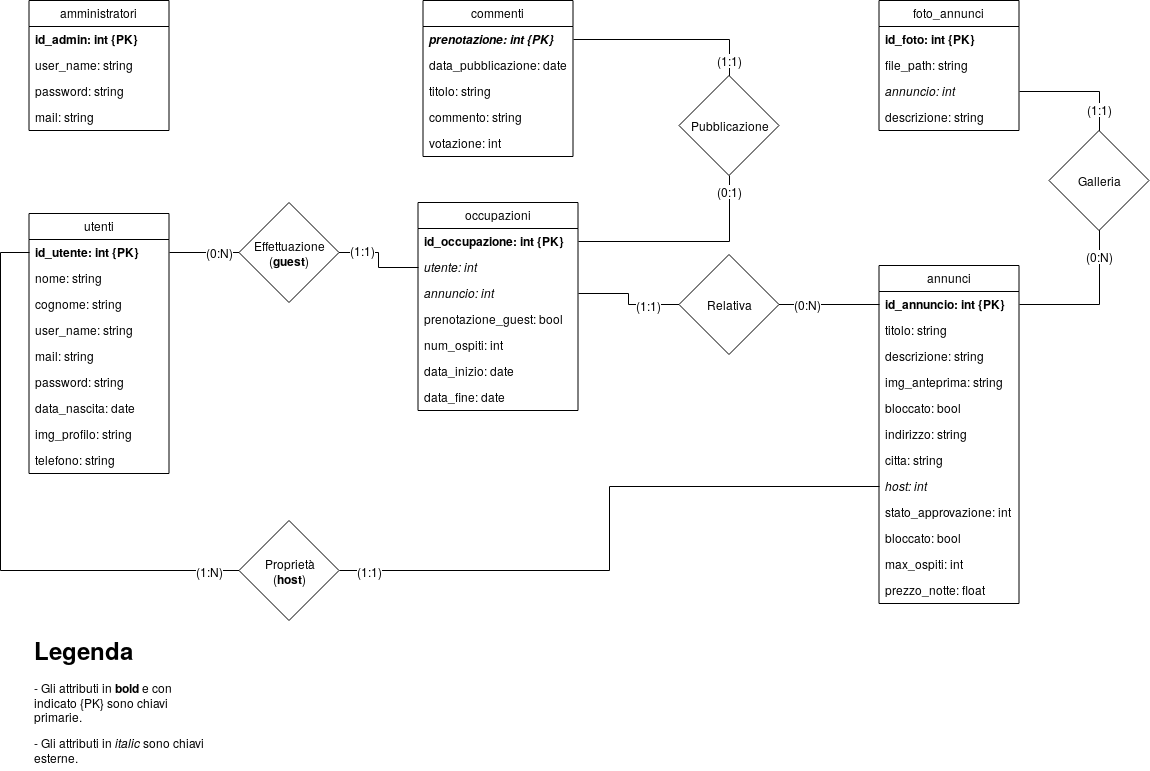
The draw.io diagram Database/schema_relazionale.png in GiulioUmbrella/FRENT, before a commit. Source tidied: cells renumbered, new cells last; positions are measured from the earlier drawing's top-left corner, leaving out a move shared by most shapes.
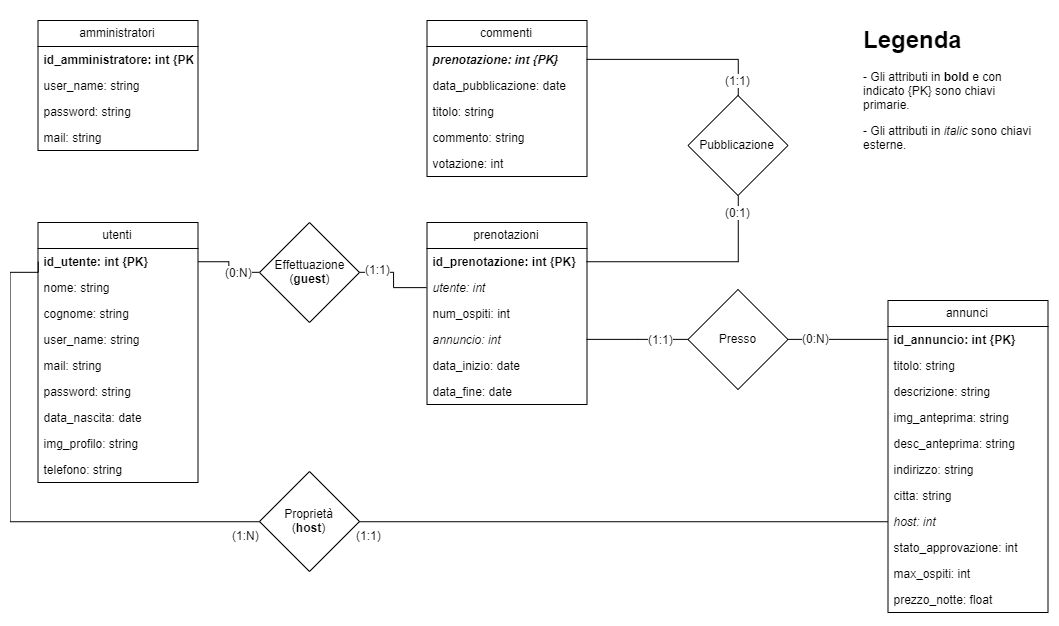
Later version of the same file.

Commit message:
Aggiornato schema ER e schema logico

What changed in the source:
```diff
@@ -3,107 +3,89 @@
     <mxCell id="0" />
     <mxCell id="1" parent="0" />
     <mxCell id="2" value="annunci" style="swimlane;fontStyle=0;horizontal=1;startSize=26;fillColor=none;" parent="1" vertex="1">
-      <mxGeometry x="878.5" y="265" width="140" height="338" as="geometry" />
+      <mxGeometry x="878.5" y="280" width="160" height="312" as="geometry" />
     </mxCell>
     <mxCell id="3" value="id_annuncio: int {PK}" style="text;strokeColor=none;fillColor=none;align=left;verticalAlign=top;spacingLeft=4;spacingRight=4;overflow=hidden;points=[[0,0.5],[1,0.5]];portConstraint=eastwest;fontStyle=1;" parent="2" vertex="1">
-      <mxGeometry y="26" width="140" height="26" as="geometry" />
+      <mxGeometry y="26" width="160" height="26" as="geometry" />
     </mxCell>
     <mxCell id="4" value="titolo: string" style="text;strokeColor=none;fillColor=none;align=left;verticalAlign=top;spacingLeft=4;spacingRight=4;overflow=hidden;" parent="2" vertex="1">
-      <mxGeometry y="52" width="140" height="26" as="geometry" />
+      <mxGeometry y="52" width="160" height="26" as="geometry" />
     </mxCell>
     <mxCell id="5" value="descrizione: string" style="text;strokeColor=none;fillColor=none;align=left;verticalAlign=top;spacingLeft=4;spacingRight=4;overflow=hidden;" parent="2" vertex="1">
-      <mxGeometry y="78" width="140" height="26" as="geometry" />
+      <mxGeometry y="78" width="160" height="26" as="geometry" />
     </mxCell>
     <mxCell id="6" value="img_anteprima: string" style="text;strokeColor=none;fillColor=none;align=left;verticalAlign=top;spacingLeft=4;spacingRight=4;overflow=hidden;" parent="2" vertex="1">
-      <mxGeometry y="104" width="140" height="26" as="geometry" />
+      <mxGeometry y="104" width="160" height="26" as="geometry" />
     </mxCell>
-    <mxCell id="7" value="bloccato: bool" style="text;strokeColor=none;fillColor=none;align=left;verticalAlign=top;spacingLeft=4;spacingRight=4;overflow=hidden;" parent="2" vertex="1">
-      <mxGeometry y="130" width="140" height="26" as="geometry" />
+    <mxCell id="7" value="desc_anteprima: string" style="text;strokeColor=none;fillColor=none;align=left;verticalAlign=top;spacingLeft=4;spacingRight=4;overflow=hidden;" parent="2" vertex="1">
+      <mxGeometry y="130" width="160" height="26" as="geometry" />
     </mxCell>
     <mxCell id="8" value="indirizzo: string" style="text;strokeColor=none;fillColor=none;align=left;verticalAlign=top;spacingLeft=4;spacingRight=4;overflow=hidden;" parent="2" vertex="1">
-      <mxGeometry y="156" width="140" height="26" as="geometry" />
+      <mxGeometry y="156" width="160" height="26" as="geometry" />
     </mxCell>
     <mxCell id="9" value="citta: string" style="text;strokeColor=none;fillColor=none;align=left;verticalAlign=top;spacingLeft=4;spacingRight=4;overflow=hidden;" parent="2" vertex="1">
-      <mxGeometry y="182" width="140" height="26" as="geometry" />
+      <mxGeometry y="182" width="160" height="26" as="geometry" />
     </mxCell>
     <mxCell id="10" value="host: int" style="text;strokeColor=none;fillColor=none;align=left;verticalAlign=top;spacingLeft=4;spacingRight=4;overflow=hidden;points=[[0,0.5],[1,0.5]];portConstraint=eastwest;fontStyle=2;" parent="2" vertex="1">
-      <mxGeometry y="208" width="140" height="26" as="geometry" />
+      <mxGeometry y="208" width="160" height="26" as="geometry" />
     </mxCell>
     <mxCell id="11" value="stato_approvazione: int" style="text;strokeColor=none;fillColor=none;align=left;verticalAlign=top;spacingLeft=4;spacingRight=4;overflow=hidden;" parent="2" vertex="1">
-      <mxGeometry y="234" width="140" height="26" as="geometry" />
+      <mxGeometry y="234" width="160" height="26" as="geometry" />
     </mxCell>
-    <mxCell id="12" value="bloccato: bool" style="text;strokeColor=none;fillColor=none;align=left;verticalAlign=top;spacingLeft=4;spacingRight=4;overflow=hidden;" parent="2" vertex="1">
-      <mxGeometry y="260" width="140" height="26" as="geometry" />
-    </mxCell>
     <mxCell id="13" value="max_ospiti: int" style="text;strokeColor=none;fillColor=none;align=left;verticalAlign=top;spacingLeft=4;spacingRight=4;overflow=hidden;" parent="2" vertex="1">
-      <mxGeometry y="286" width="140" height="26" as="geometry" />
+      <mxGeometry y="260" width="160" height="26" as="geometry" />
     </mxCell>
     <mxCell id="14" value="prezzo_notte: float" style="text;strokeColor=none;fillColor=none;align=left;verticalAlign=top;spacingLeft=4;spacingRight=4;overflow=hidden;" parent="2" vertex="1">
-      <mxGeometry y="312" width="140" height="26" as="geometry" />
+      <mxGeometry y="286" width="160" height="26" as="geometry" />
     </mxCell>
     <mxCell id="15" value="commenti" style="swimlane;fontStyle=0;horizontal=1;startSize=26;fillColor=none;" parent="1" vertex="1">
-      <mxGeometry x="422.5" width="150" height="156" as="geometry" />
+      <mxGeometry x="417.5" width="160" height="156" as="geometry" />
     </mxCell>
     <mxCell id="16" value="prenotazione: int {PK}" style="text;strokeColor=none;fillColor=none;align=left;verticalAlign=top;spacingLeft=4;spacingRight=4;overflow=hidden;points=[[0,0.5],[1,0.5]];portConstraint=eastwest;fontStyle=3;" parent="15" vertex="1">
-      <mxGeometry y="26" width="150" height="26" as="geometry" />
+      <mxGeometry y="26" width="160" height="26" as="geometry" />
     </mxCell>
     <mxCell id="17" value="data_pubblicazione: date" style="text;strokeColor=none;fillColor=none;align=left;verticalAlign=top;spacingLeft=4;spacingRight=4;overflow=hidden;" parent="15" vertex="1">
-      <mxGeometry y="52" width="150" height="26" as="geometry" />
+      <mxGeometry y="52" width="160" height="26" as="geometry" />
     </mxCell>
     <mxCell id="18" value="titolo: string" style="text;strokeColor=none;fillColor=none;align=left;verticalAlign=top;spacingLeft=4;spacingRight=4;overflow=hidden;" parent="15" vertex="1">
-      <mxGeometry y="78" width="150" height="26" as="geometry" />
+      <mxGeometry y="78" width="160" height="26" as="geometry" />
     </mxCell>
     <mxCell id="19" value="commento: string" style="text;strokeColor=none;fillColor=none;align=left;verticalAlign=top;spacingLeft=4;spacingRight=4;overflow=hidden;" parent="15" vertex="1">
-      <mxGeometry y="104" width="150" height="26" as="geometry" />
+      <mxGeometry y="104" width="160" height="26" as="geometry" />
     </mxCell>
     <mxCell id="20" value="votazione: int" style="text;strokeColor=none;fillColor=none;align=left;verticalAlign=top;spacingLeft=4;spacingRight=4;overflow=hidden;" parent="15" vertex="1">
-      <mxGeometry y="130" width="150" height="26" as="geometry" />
+      <mxGeometry y="130" width="160" height="26" as="geometry" />
     </mxCell>
     <mxCell id="21" value="utenti" style="swimlane;fontStyle=0;horizontal=1;startSize=26;fillColor=none;" parent="1" vertex="1">
-      <mxGeometry x="28.5" y="213" width="140" height="260" as="geometry" />
+      <mxGeometry x="28.5" y="202" width="160" height="260" as="geometry" />
     </mxCell>
     <mxCell id="22" value="id_utente: int {PK}" style="text;strokeColor=none;fillColor=none;align=left;verticalAlign=top;spacingLeft=4;spacingRight=4;overflow=hidden;points=[[0,0.5],[1,0.5]];portConstraint=eastwest;rounded=0;fontStyle=1;" parent="21" vertex="1">
-      <mxGeometry y="26" width="140" height="26" as="geometry" />
+      <mxGeometry y="26" width="160" height="26" as="geometry" />
     </mxCell>
     <mxCell id="23" value="nome: string" style="text;strokeColor=none;fillColor=none;align=left;verticalAlign=top;spacingLeft=4;spacingRight=4;overflow=hidden;" parent="21" vertex="1">
-      <mxGeometry y="52" width="140" height="26" as="geometry" />
+      <mxGeometry y="52" width="160" height="26" as="geometry" />
     </mxCell>
     <mxCell id="24" value="cognome: string" style="text;strokeColor=none;fillColor=none;align=left;verticalAlign=top;spacingLeft=4;spacingRight=4;overflow=hidden;" parent="21" vertex="1">
-      <mxGeometry y="78" width="140" height="26" as="geometry" />
+      <mxGeometry y="78" width="160" height="26" as="geometry" />
     </mxCell>
     <mxCell id="25" value="user_name: string" style="text;strokeColor=none;fillColor=none;align=left;verticalAlign=top;spacingLeft=4;spacingRight=4;overflow=hidden;" parent="21" vertex="1">
-      <mxGeometry y="104" width="140" height="26" as="geometry" />
+      <mxGeometry y="104" width="160" height="26" as="geometry" />
     </mxCell>
     <mxCell id="26" value="mail: string" style="text;strokeColor=none;fillColor=none;align=left;verticalAlign=top;spacingLeft=4;spacingRight=4;overflow=hidden;" parent="21" vertex="1">
-      <mxGeometry y="130" width="140" height="26" as="geometry" />
+      <mxGeometry y="130" width="160" height="26" as="geometry" />
     </mxCell>
     <mxCell id="27" value="password: string" style="text;strokeColor=none;fillColor=none;align=left;verticalAlign=top;spacingLeft=4;spacingRight=4;overflow=hidden;" parent="21" vertex="1">
-      <mxGeometry y="156" width="140" height="26" as="geometry" />
+      <mxGeometry y="156" width="160" height="26" as="geometry" />
     </mxCell>
     <mxCell id="28" value="data_nascita: date" style="text;strokeColor=none;fillColor=none;align=left;verticalAlign=top;spacingLeft=4;spacingRight=4;overflow=hidden;" parent="21" vertex="1">
-      <mxGeometry y="182" width="140" height="26" as="geometry" />
+      <mxGeometry y="182" width="160" height="26" as="geometry" />
     </mxCell>
     <mxCell id="29" value="img_profilo: string" style="text;strokeColor=none;fillColor=none;align=left;verticalAlign=top;spacingLeft=4;spacingRight=4;overflow=hidden;" parent="21" vertex="1">
-      <mxGeometry y="208" width="140" height="26" as="geometry" />
+      <mxGeometry y="208" width="160" height="26" as="geometry" />
     </mxCell>
     <mxCell id="30" value="telefono: string" style="text;strokeColor=none;fillColor=none;align=left;verticalAlign=top;spacingLeft=4;spacingRight=4;overflow=hidden;" parent="21" vertex="1">
-      <mxGeometry y="234" width="140" height="26" as="geometry" />
+      <mxGeometry y="234" width="160" height="26" as="geometry" />
     </mxCell>
-    <mxCell id="31" value="foto_annunci" style="swimlane;fontStyle=0;horizontal=1;startSize=26;fillColor=none;" parent="1" vertex="1">
-      <mxGeometry x="878.5" width="140" height="130" as="geometry" />
-    </mxCell>
-    <mxCell id="32" value="id_foto: int {PK}" style="text;strokeColor=none;fillColor=none;align=left;verticalAlign=top;spacingLeft=4;spacingRight=4;overflow=hidden;fontStyle=1;" parent="31" vertex="1">
-      <mxGeometry y="26" width="140" height="26" as="geometry" />
-    </mxCell>
-    <mxCell id="33" value="file_path: string" style="text;strokeColor=none;fillColor=none;align=left;verticalAlign=top;spacingLeft=4;spacingRight=4;overflow=hidden;" parent="31" vertex="1">
-      <mxGeometry y="52" width="140" height="26" as="geometry" />
-    </mxCell>
-    <mxCell id="34" value="annuncio: int" style="text;strokeColor=none;fillColor=none;align=left;verticalAlign=top;spacingLeft=4;spacingRight=4;overflow=hidden;points=[[0,0.5],[1,0.5]];portConstraint=eastwest;fontStyle=2;" parent="31" vertex="1">
-      <mxGeometry y="78" width="140" height="26" as="geometry" />
-    </mxCell>
-    <mxCell id="35" value="descrizione: string" style="text;strokeColor=none;fillColor=none;align=left;verticalAlign=top;spacingLeft=4;spacingRight=4;overflow=hidden;" parent="31" vertex="1">
-      <mxGeometry y="104" width="140" height="26" as="geometry" />
-    </mxCell>
     <mxCell id="36" style="edgeStyle=orthogonalEdgeStyle;rounded=0;jettySize=auto;html=1;entryX=1;entryY=0.5;entryDx=0;entryDy=0;exitX=0;exitY=0.5;exitDx=0;exitDy=0;endArrow=none;endFill=0;" parent="1" edge="1" source="61" target="22">
       <mxGeometry relative="1" as="geometry" />
     </mxCell>
@@ -112,68 +94,65 @@
         <mxPoint x="-10.5" y="-1.5" as="offset" />
       </mxGeometry>
     </mxCell>
-    <mxCell id="38" value="occupazioni" style="swimlane;fontStyle=0;horizontal=1;startSize=26;fillColor=none;" parent="1" vertex="1">
-      <mxGeometry x="417.5" y="202" width="160" height="208" as="geometry" />
+    <mxCell id="38" value="prenotazioni" style="swimlane;fontStyle=0;horizontal=1;startSize=26;fillColor=none;" parent="1" vertex="1">
+      <mxGeometry x="417.5" y="202" width="160" height="182" as="geometry" />
     </mxCell>
-    <mxCell id="39" value="id_occupazione: int {PK}" style="text;strokeColor=none;fillColor=none;align=left;verticalAlign=top;spacingLeft=4;spacingRight=4;overflow=hidden;points=[[0,0.5],[1,0.5]];portConstraint=eastwest;fontStyle=1;" parent="38" vertex="1">
+    <mxCell id="39" value="id_prenotazione: int {PK}" style="text;strokeColor=none;fillColor=none;align=left;verticalAlign=top;spacingLeft=4;spacingRight=4;overflow=hidden;points=[[0,0.5],[1,0.5]];portConstraint=eastwest;fontStyle=1;" parent="38" vertex="1">
       <mxGeometry y="26" width="160" height="26" as="geometry" />
     </mxCell>
     <mxCell id="40" value="utente: int" style="text;strokeColor=none;fillColor=none;align=left;verticalAlign=top;spacingLeft=4;spacingRight=4;overflow=hidden;points=[[0,0.5],[1,0.5]];portConstraint=eastwest;fontStyle=2;" parent="38" vertex="1">
       <mxGeometry y="52" width="160" height="26" as="geometry" />
     </mxCell>
+    <mxCell id="43" value="num_ospiti: int" style="text;strokeColor=none;fillColor=none;align=left;verticalAlign=top;spacingLeft=4;spacingRight=4;overflow=hidden;" parent="38" vertex="1">
+      <mxGeometry y="78" width="160" height="26" as="geometry" />
+    </mxCell>
     <mxCell id="41" value="annuncio: int" style="text;strokeColor=none;fillColor=none;align=left;verticalAlign=top;spacingLeft=4;spacingRight=4;overflow=hidden;points=[[0,0.5],[1,0.5]];portConstraint=eastwest;fontStyle=2;" parent="38" vertex="1">
-      <mxGeometry y="78" width="160" height="26" as="geometry" />
+      <mxGeometry y="104" width="160" height="26" as="geometry" />
     </mxCell>
-    <mxCell id="42" value="prenotazione_guest: bool" style="text;strokeColor=none;fillColor=none;align=left;verticalAlign=top;spacingLeft=4;spacingRight=4;overflow=hidden;" parent="38" vertex="1">
-      <mxGeometry y="104" width="160" height="26" as="geometry" />
-    </mxCell>
-    <mxCell id="43" value="num_ospiti: int" style="text;strokeColor=none;fillColor=none;align=left;verticalAlign=top;spacingLeft=4;spacingRight=4;overflow=hidden;" parent="38" vertex="1">
-      <mxGeometry y="130" width="160" height="26" as="geometry" />
-    </mxCell>
     <mxCell id="44" value="data_inizio: date" style="text;strokeColor=none;fillColor=none;align=left;verticalAlign=top;spacingLeft=4;spacingRight=4;overflow=hidden;" parent="38" vertex="1">
-      <mxGeometry y="156" width="160" height="26" as="geometry" />
+      <mxGeometry y="130" width="160" height="26" as="geometry" />
     </mxCell>
     <mxCell id="45" value="data_fine: date" style="text;strokeColor=none;fillColor=none;align=left;verticalAlign=top;spacingLeft=4;spacingRight=4;overflow=hidden;" parent="38" vertex="1">
-      <mxGeometry y="182" width="160" height="26" as="geometry" />
+      <mxGeometry y="156" width="160" height="26" as="geometry" />
     </mxCell>
     <mxCell id="46" value="amministratori" style="swimlane;fontStyle=0;horizontal=1;startSize=26;fillColor=none;" parent="1" vertex="1">
-      <mxGeometry x="28.5" width="140" height="130" as="geometry" />
+      <mxGeometry x="28.5" width="160" height="130" as="geometry" />
     </mxCell>
-    <mxCell id="47" value="id_admin: int {PK}" style="text;strokeColor=none;fillColor=none;align=left;verticalAlign=top;spacingLeft=4;spacingRight=4;overflow=hidden;fontStyle=1;" parent="46" vertex="1">
-      <mxGeometry y="26" width="140" height="26" as="geometry" />
+    <mxCell id="47" value="id_amministratore: int {PK}" style="text;strokeColor=none;fillColor=none;align=left;verticalAlign=top;spacingLeft=4;spacingRight=4;overflow=hidden;fontStyle=1;" parent="46" vertex="1">
+      <mxGeometry y="26" width="160" height="26" as="geometry" />
     </mxCell>
     <mxCell id="48" value="user_name: string" style="text;strokeColor=none;fillColor=none;align=left;verticalAlign=top;spacingLeft=4;spacingRight=4;overflow=hidden;" parent="46" vertex="1">
-      <mxGeometry y="52" width="140" height="26" as="geometry" />
+      <mxGeometry y="52" width="160" height="26" as="geometry" />
     </mxCell>
     <mxCell id="49" value="password: string" style="text;strokeColor=none;fillColor=none;align=left;verticalAlign=top;spacingLeft=4;spacingRight=4;overflow=hidden;" parent="46" vertex="1">
-      <mxGeometry y="78" width="140" height="26" as="geometry" />
+      <mxGeometry y="78" width="160" height="26" as="geometry" />
     </mxCell>
     <mxCell id="50" value="mail: string" style="text;strokeColor=none;fillColor=none;align=left;verticalAlign=top;spacingLeft=4;spacingRight=4;overflow=hidden;" parent="46" vertex="1">
-      <mxGeometry y="104" width="140" height="26" as="geometry" />
+      <mxGeometry y="104" width="160" height="26" as="geometry" />
     </mxCell>
     <mxCell id="51" style="edgeStyle=orthogonalEdgeStyle;rounded=0;jettySize=auto;html=1;entryX=0;entryY=0.5;entryDx=0;entryDy=0;startArrow=none;startFill=0;endArrow=none;endFill=0;exitX=1;exitY=0.5;exitDx=0;exitDy=0;" parent="1" edge="1" source="55" target="10">
       <mxGeometry relative="1" as="geometry" />
     </mxCell>
     <mxCell id="52" value="(1:1)" style="text;html=1;align=center;verticalAlign=middle;labelBackgroundColor=#ffffff;" parent="51" vertex="1">
       <mxGeometry x="-0.44" y="3" relative="1" as="geometry">
-        <mxPoint x="-144" y="3" as="offset" />
+        <mxPoint x="-138" y="16" as="offset" />
       </mxGeometry>
     </mxCell>
     <mxCell id="53" style="edgeStyle=orthogonalEdgeStyle;rounded=0;jettySize=auto;html=1;entryX=0;entryY=0.5;entryDx=0;entryDy=0;startArrow=none;startFill=0;endArrow=none;endFill=0;" parent="1" edge="1" source="55" target="22">
       <mxGeometry relative="1" as="geometry">
         <Array as="points">
-          <mxPoint x="-0.5" y="570" />
-          <mxPoint x="-0.5" y="252" />
+          <mxPoint y="501" />
+          <mxPoint y="252" />
         </Array>
       </mxGeometry>
     </mxCell>
     <mxCell id="54" value="(1:N)" style="text;html=1;align=center;verticalAlign=middle;labelBackgroundColor=#ffffff;" parent="53" vertex="1">
       <mxGeometry x="-0.53" relative="1" as="geometry">
-        <mxPoint x="108" as="offset" />
+        <mxPoint x="112.5" y="13" as="offset" />
       </mxGeometry>
     </mxCell>
     <mxCell id="55" value="&lt;div&gt;Proprietà&lt;/div&gt;&lt;div&gt;(&lt;b&gt;host&lt;/b&gt;)&lt;br&gt;&lt;/div&gt;" style="rhombus;whiteSpace=wrap;html=1;" parent="1" vertex="1">
-      <mxGeometry x="238.5" y="520" width="100" height="100" as="geometry" />
+      <mxGeometry x="250" y="451" width="100" height="100" as="geometry" />
     </mxCell>
     <mxCell id="56" value="(0:1)" style="edgeStyle=orthogonalEdgeStyle;rounded=0;jettySize=auto;html=1;entryX=1;entryY=0.5;entryDx=0;entryDy=0;startArrow=none;startFill=0;endArrow=none;endFill=0;exitX=0.5;exitY=1;exitDx=0;exitDy=0;fontSize=12;" parent="1" edge="1" source="58" target="39">
       <mxGeometry x="-0.85" relative="1" as="geometry" />
@@ -193,22 +172,8 @@
       </mxGeometry>
     </mxCell>
     <mxCell id="61" value="&lt;div style=&quot;font-size: 12px&quot;&gt;Effettuazione&lt;/div&gt;&lt;div style=&quot;font-size: 12px&quot;&gt;(&lt;b&gt;guest&lt;/b&gt;)&lt;/div&gt;" style="rhombus;whiteSpace=wrap;html=1;fontSize=12;" parent="1" vertex="1">
-      <mxGeometry x="238.5" y="202" width="100" height="100" as="geometry" />
+      <mxGeometry x="250" y="202" width="100" height="100" as="geometry" />
     </mxCell>
-    <mxCell id="62" value="&lt;font style=&quot;font-size: 12px&quot;&gt;(1:1)&lt;/font&gt;" style="edgeStyle=orthogonalEdgeStyle;rounded=0;jettySize=auto;html=1;entryX=1;entryY=0.5;entryDx=0;entryDy=0;endArrow=none;endFill=0;" parent="1" edge="1" source="65" target="34">
-      <mxGeometry x="-0.63" relative="1" as="geometry" />
-    </mxCell>
-    <mxCell id="63" style="edgeStyle=orthogonalEdgeStyle;rounded=0;jettySize=auto;html=1;entryX=1;entryY=0.5;entryDx=0;entryDy=0;endArrow=none;endFill=0;" parent="1" edge="1" source="65" target="3">
-      <mxGeometry relative="1" as="geometry" />
-    </mxCell>
-    <mxCell id="64" value="(0:N)" style="text;html=1;align=center;verticalAlign=middle;labelBackgroundColor=#ffffff;" parent="63" vertex="1">
-      <mxGeometry x="-0.16" y="-1" relative="1" as="geometry">
-        <mxPoint x="1" y="-39" as="offset" />
-      </mxGeometry>
-    </mxCell>
-    <mxCell id="65" value="Galleria" style="rhombus;whiteSpace=wrap;html=1;" parent="1" vertex="1">
-      <mxGeometry x="1048.5" y="130" width="100" height="100" as="geometry" />
-    </mxCell>
     <mxCell id="66" style="edgeStyle=orthogonalEdgeStyle;rounded=0;jettySize=auto;html=1;entryX=0;entryY=0.5;entryDx=0;entryDy=0;endArrow=none;endFill=0;" parent="1" edge="1" source="70" target="3">
       <mxGeometry relative="1" as="geometry" />
     </mxCell>
@@ -225,11 +190,11 @@
         <mxPoint x="3" as="offset" />
       </mxGeometry>
     </mxCell>
-    <mxCell id="70" value="Relativa" style="rhombus;whiteSpace=wrap;html=1;" parent="1" vertex="1">
-      <mxGeometry x="678.5" y="254" width="100" height="100" as="geometry" />
+    <mxCell id="70" value="Presso" style="rhombus;whiteSpace=wrap;html=1;" parent="1" vertex="1">
+      <mxGeometry x="678.5" y="269" width="100" height="100" as="geometry" />
     </mxCell>
     <mxCell id="71" value="&lt;h1&gt;Legenda&lt;br&gt;&lt;/h1&gt;&lt;p&gt;- Gli attributi in &lt;b&gt;bold &lt;/b&gt;e con indicato {PK} sono chiavi primarie.&lt;/p&gt;&lt;p&gt;- Gli attributi in &lt;i&gt;italic&lt;/i&gt; sono chiavi esterne.&lt;br&gt;&lt;/p&gt;" style="text;html=1;strokeColor=none;fillColor=none;spacing=5;spacingTop=-20;whiteSpace=wrap;overflow=hidden;rounded=0;" parent="1" vertex="1">
-      <mxGeometry x="28.5" y="630" width="190" height="140" as="geometry" />
+      <mxGeometry x="848.5" width="190" height="140" as="geometry" />
     </mxCell>
   </root>
 </mxGraphModel>
```
